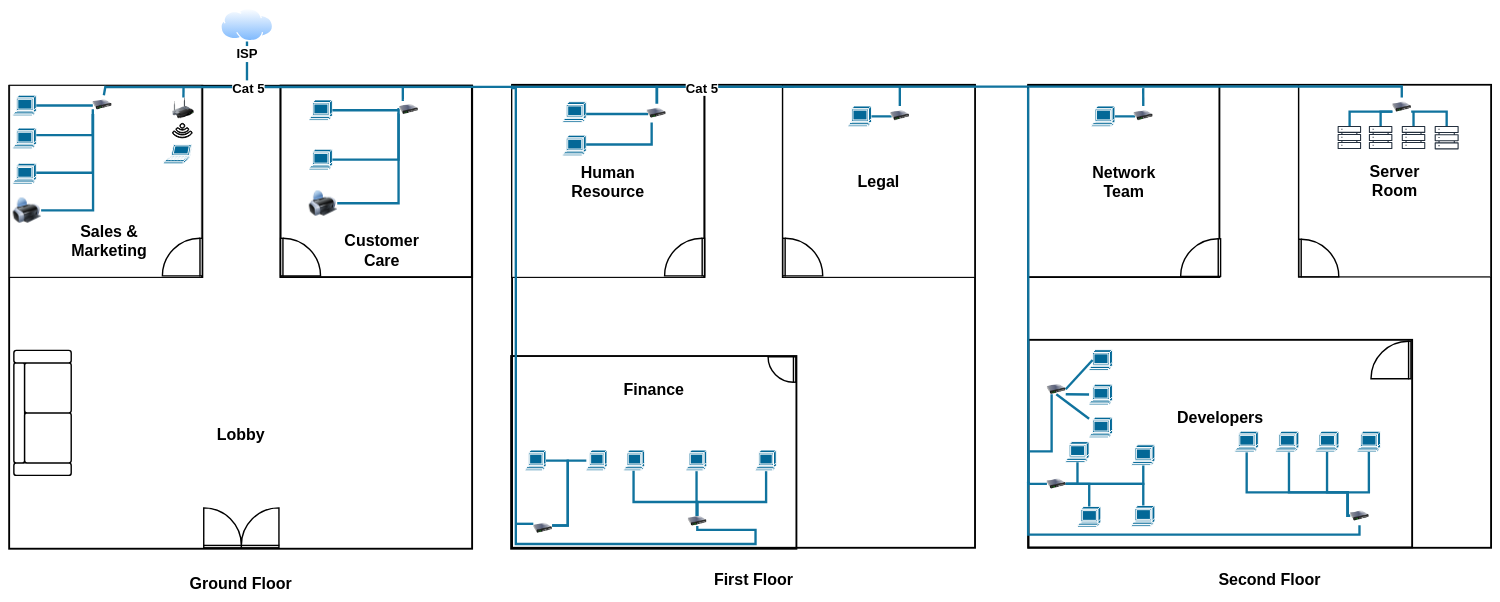
Above: page "Page-1" (1 of 3) of floorplan.drawio in mashihimasha/UPW_Diagrams (draw.io), before the change. Source tidied: cells renumbered, new cells numbered last; positions are measured from the earlier drawing's top-left corner, leaving out a move shared by most shapes. Both pictures are drawn from the tidied source at 47%, with x=0, y=0 at pixel (-20, 8).
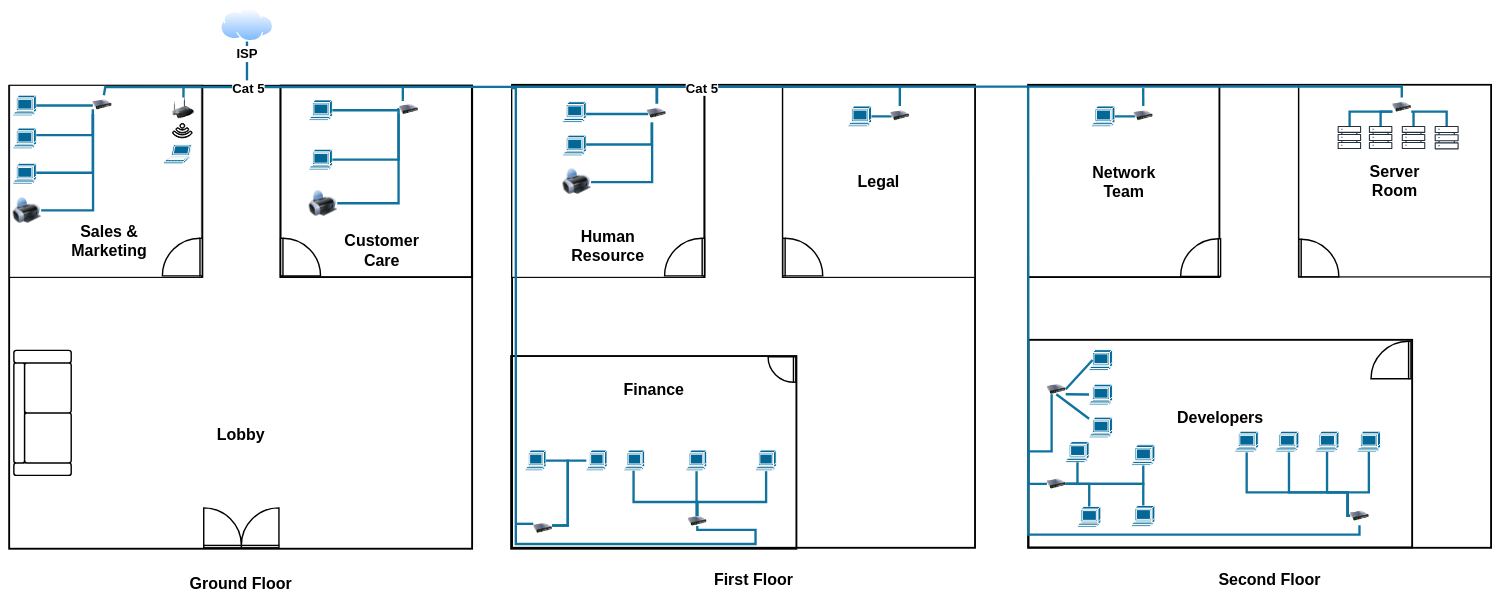
After the change.

Unchanged cells that the change refers to:
```xml
<mxCell id="47" style="group;strokeColor=default;strokeWidth=4;" parent="1" vertex="1">
  <mxGeometry x="1132" y="165" width="409.5" height="407" as="geometry" />
</mxCell>
<mxCell id="56" style="image;html=1;image=img/lib/clip_art/networking/Switch_128x128.png;" parent="47" vertex="1">
  <mxGeometry x="287" y="38" width="40" height="40" as="geometry" />
</mxCell>
```

What changed in the source:
```diff
@@
     <mxCell id="50" value="&lt;font style=&quot;font-size: 34px;&quot;&gt;&lt;b&gt;Human Resource&lt;/b&gt;&lt;/font&gt;" style="text;html=1;align=center;verticalAlign=middle;whiteSpace=wrap;rounded=0;" parent="47" vertex="1">
-      <mxGeometry x="138.5" y="188.5" width="130" height="30" as="geometry" />
+      <mxGeometry x="138.5" y="325" width="130" height="30" as="geometry" />
     </mxCell>
@@
+    <mxCell id="134" style="image;html=1;image=img/lib/clip_art/computers/Printer_128x128.png;" parent="47" vertex="1">
+      <mxGeometry x="108" y="173.5" width="60" height="60" as="geometry" />
+    </mxCell>
+    <mxCell id="135" style="edgeStyle=orthogonalEdgeStyle;rounded=0;jettySize=auto;html=1;endArrow=none;endFill=0;strokeWidth=5;fillColor=#b1ddf0;strokeColor=#10739e;" parent="47" edge="1" source="56" target="134">
+      <mxGeometry relative="1" as="geometry">
+        <Array as="points">
+          <mxPoint x="298" y="205" />
+        </Array>
+      </mxGeometry>
+    </mxCell>
```
